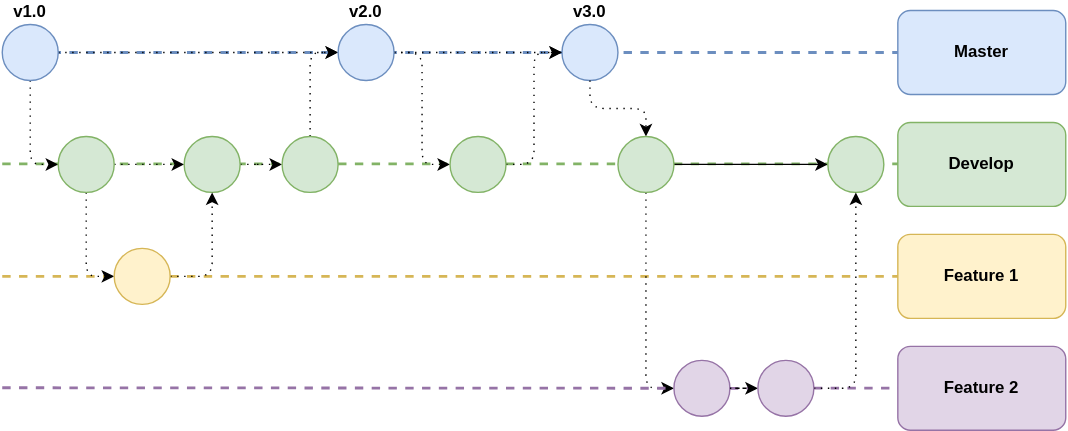
This is diagrams/title-slide-background.svg from thomas-rasmussen/introduction-to-git, a draw.io export, as it was before one commit. Source tidied: cells renumbered, new cells last; positions are measured from the earlier drawing's top-left corner, leaving out a move shared by most shapes.
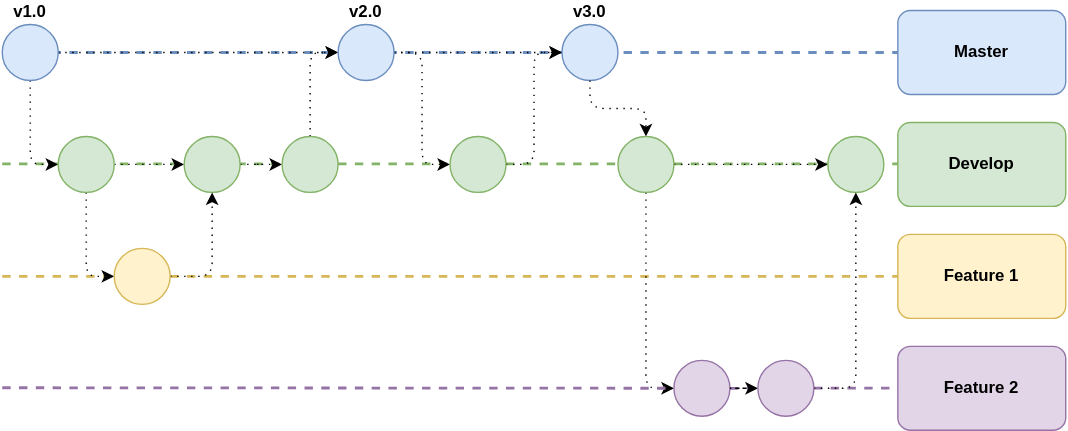
The same file after the commit.

Diff of the diagram source:
```diff
@@ -39,7 +39,7 @@
     <mxCell id="11" style="edgeStyle=orthogonalEdgeStyle;rounded=1;jettySize=auto;html=1;dashed=1;dashPattern=1 4;curved=0;" parent="1" edge="1" source="9" target="14">
       <mxGeometry relative="1" as="geometry" />
     </mxCell>
-    <mxCell id="12" style="edgeStyle=orthogonalEdgeStyle;rounded=0;jettySize=auto;html=1;" parent="1" edge="1" source="14" target="16">
+    <mxCell id="12" style="edgeStyle=orthogonalEdgeStyle;rounded=1;jettySize=auto;html=1;curved=0;dashed=1;dashPattern=1 4;" parent="1" edge="1" source="14" target="16">
       <mxGeometry relative="1" as="geometry" />
     </mxCell>
     <mxCell id="13" style="edgeStyle=orthogonalEdgeStyle;rounded=1;jettySize=auto;html=1;entryX=0;entryY=0.5;entryDx=0;entryDy=0;exitX=0.5;exitY=1;exitDx=0;exitDy=0;curved=0;dashed=1;dashPattern=1 4;" parent="1" edge="1" source="14" target="35">
```
